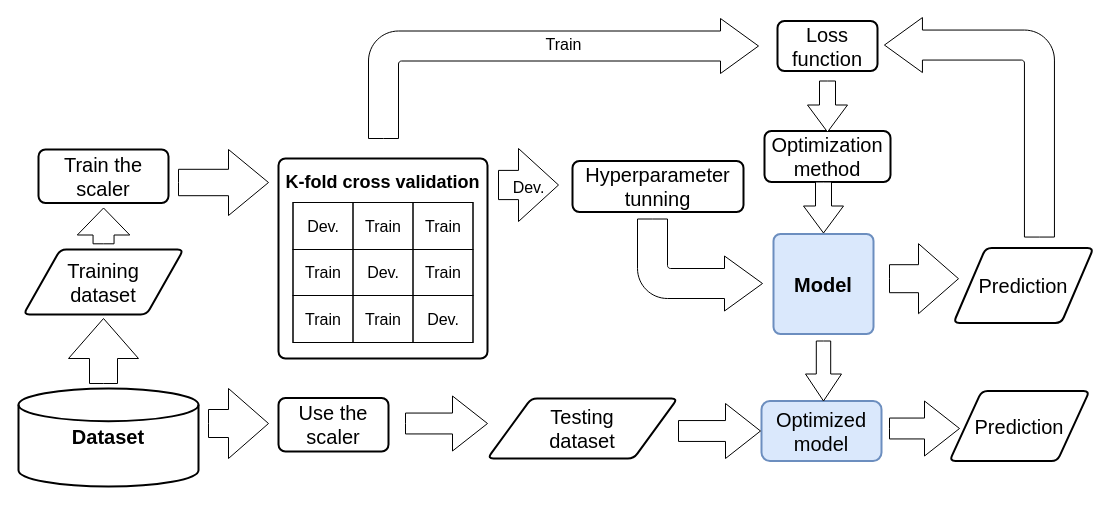
This is MachineLearning2.drawio from Orozco-Duque/ML, a draw.io file, before an edit. Source tidied: cells renumbered, new cells numbered last; positions are measured from the earlier drawing's top-left corner, leaving out a move shared by most shapes. Both pictures are drawn from the tidied source at 100%, with x=0, y=0 at pixel (18, 18).
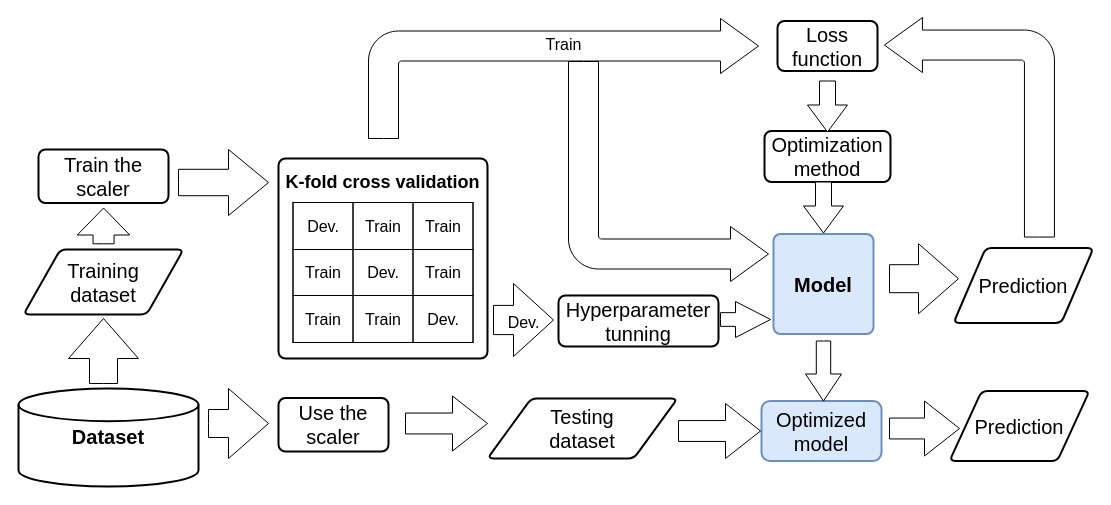
The same diagram, later.

Diff of the diagram source:
```diff
@@
     <mxCell id="17" value="Hyperparameter tunning" style="rounded=1;whiteSpace=wrap;html=1;absoluteArcSize=1;arcSize=14;strokeWidth=2;fontSize=20;fontColor=#000000;" parent="1" vertex="1">
-      <mxGeometry x="554" y="142.5" width="171" height="51" as="geometry" />
+      <mxGeometry x="540" y="277" width="160" height="51" as="geometry" />
     </mxCell>
@@
-    <mxCell id="32" style="html=1;shadow=0;dashed=0;align=center;verticalAlign=middle;shape=mxgraph.arrows2.bendArrow;dy=15;dx=38;notch=0;arrowHead=55;rounded=1;fontSize=20;flipH=0;flipV=1;" parent="1" vertex="1">
-      <mxGeometry x="619" y="200.5" width="125" height="92" as="geometry" />
-    </mxCell>
@@
     <mxCell id="39" value="&lt;font style=&quot;font-size: 16px;&quot;&gt;&lt;font style=&quot;font-size: 16px;&quot;&gt;Dev&lt;/font&gt;.&lt;/font&gt;" style="html=1;shadow=0;dashed=0;align=center;verticalAlign=middle;shape=mxgraph.arrows2.arrow;dy=0.6;dx=40;notch=0;fontSize=20;" parent="1" vertex="1">
-      <mxGeometry x="480" y="130" width="60" height="73" as="geometry" />
+      <mxGeometry x="475" y="265" width="60" height="73" as="geometry" />
     </mxCell>
@@
+    <mxCell id="43" style="html=1;shadow=0;dashed=0;align=center;verticalAlign=middle;shape=mxgraph.arrows2.arrow;dy=0.62;dx=35;notch=0;fontSize=20;fontColor=#000000;" parent="1" vertex="1">
+      <mxGeometry x="702" y="283" width="50" height="36" as="geometry" />
+    </mxCell>
+    <mxCell id="44" style="html=1;shadow=0;dashed=0;align=center;verticalAlign=middle;shape=mxgraph.arrows2.bendArrow;dy=15;dx=38;notch=0;arrowHead=55;rounded=1;flipH=1;rotation=-180;" parent="1" vertex="1">
+      <mxGeometry x="550" y="43" width="200" height="220" as="geometry" />
+    </mxCell>
```
